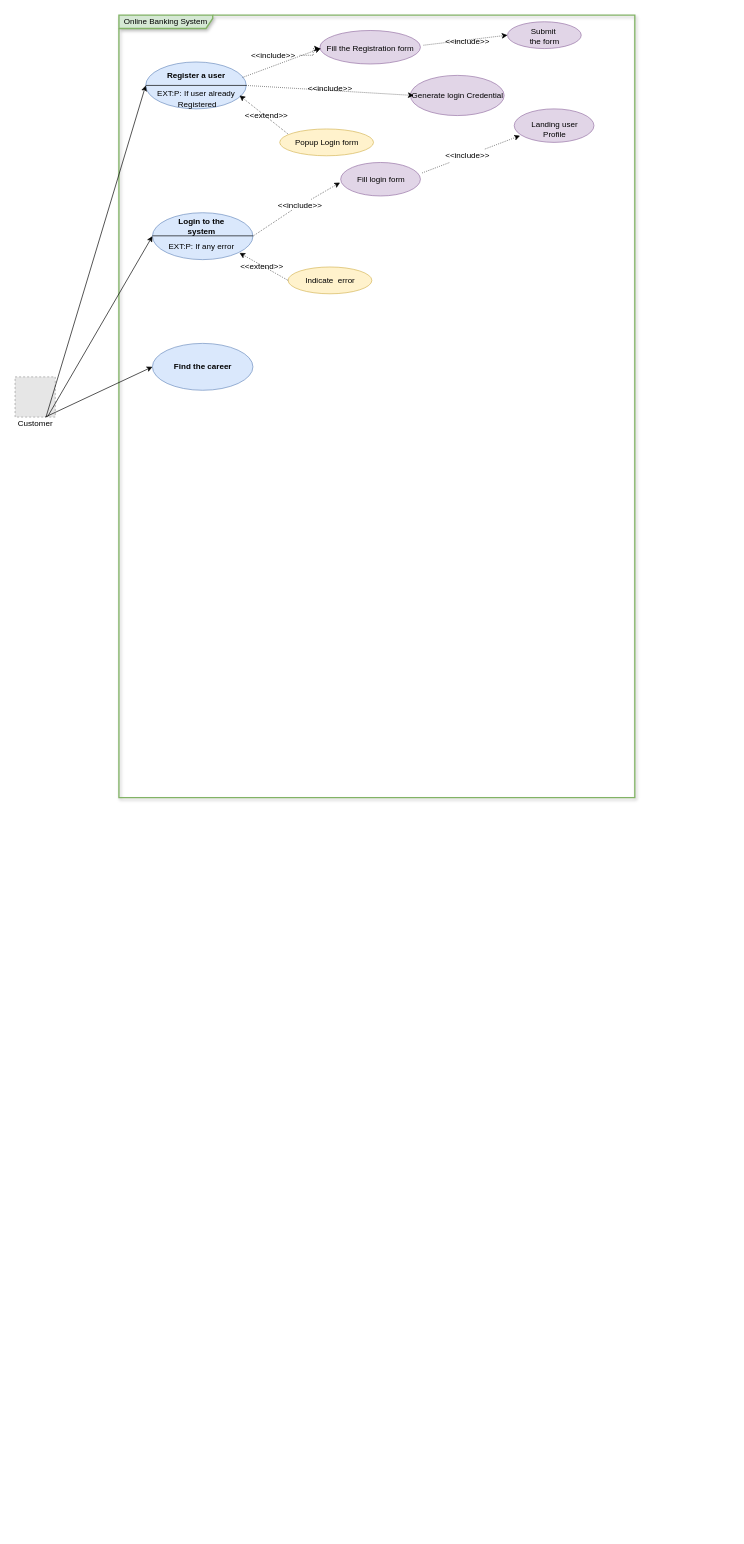
Janith-Sandamal/online-banking keeps this draw.io diagram as Untitled Diagram.drawio. Above is the earlier version. Source tidied: cells renumbered, new cells numbered last; positions are measured from the earlier drawing's top-left corner, leaving out a move shared by most shapes. Both pictures are drawn from the tidied source at 67%, with x=0, y=0 at pixel (11, 15). Pictures stored in the file or linked from it are replaced by grey dashed boxes.
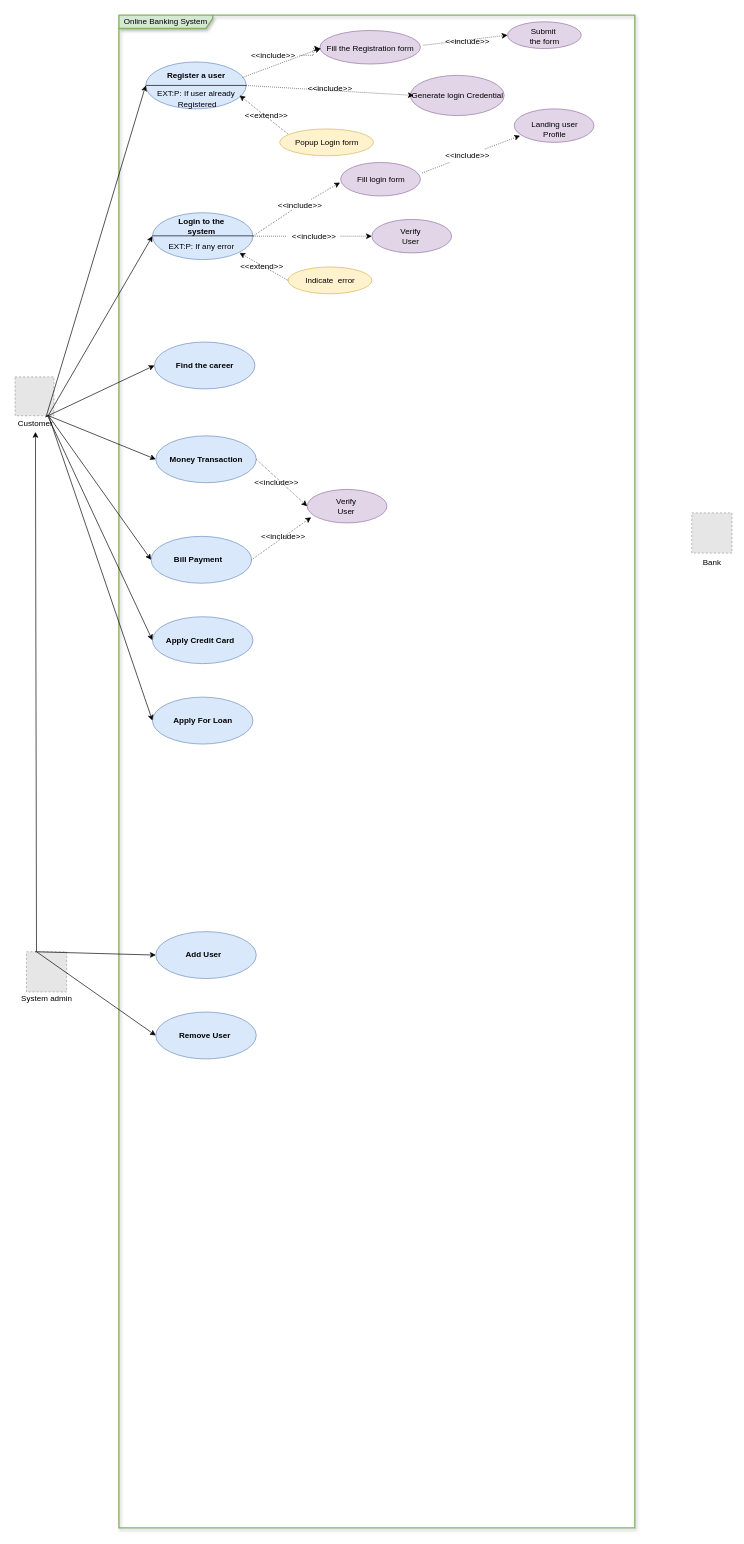
The same page after the edit.

Commit message:
9 main use case

Unchanged cells that the change refers to:
```xml
<mxCell id="4" value="Customer" style="text;html=1;align=center;verticalAlign=middle;points=[];fillColor=none;strokeColor=none;rounded=0;" parent="1" vertex="1">
  <mxGeometry y="600" width="70" height="20" as="geometry" />
</mxCell>
<mxCell id="11" style="ellipse;whiteSpace=wrap;html=1;strokeWidth=1;fillColor=#dae8fc;strokeColor=#6c8ebf;" parent="1" vertex="1">
  <mxGeometry x="210" y="295" width="150" height="70" as="geometry" />
</mxCell>
```

Diff of the diagram source:
```diff
@@
     <mxCell id="2" value="Online Banking System" style="shape=umlFrame;whiteSpace=wrap;html=1;width=140;height=20;fillColor=#d5e8d4;strokeColor=#82b366;strokeWidth=2;shadow=1;" parent="1" vertex="1">
-      <mxGeometry x="160" width="770" height="1168" as="geometry" />
+      <mxGeometry x="160" width="770" height="2258" as="geometry" />
     </mxCell>
     <mxCell id="3" style="fillColor=#E6E6E6;strokeColor=#999999;dashed=1;verticalLabelPosition=bottom;labelBackgroundColor=default;verticalAlign=top;" parent="1" vertex="1">
-      <mxGeometry x="5" y="540" width="60" height="60" as="geometry" />
+      <mxGeometry x="5" y="540" width="58" height="58" as="geometry" />
     </mxCell>
@@
     <mxCell id="46" style="ellipse;whiteSpace=wrap;html=1;strokeWidth=1;fillColor=#dae8fc;strokeColor=#6c8ebf;" parent="1" vertex="1">
-      <mxGeometry x="210" y="490" width="150" height="70" as="geometry" />
+      <mxGeometry x="213" y="488" width="150" height="70" as="geometry" />
     </mxCell>
     <mxCell id="47" value="&lt;b&gt;Find the career&lt;br&gt;&lt;/b&gt;" style="text;html=1;align=center;verticalAlign=middle;fillColor=none;strokeColor=none;rounded=0;strokeWidth=1;" parent="1" vertex="1">
-      <mxGeometry x="235" y="515" width="100" height="20" as="geometry" />
+      <mxGeometry x="238" y="513" width="100" height="20" as="geometry" />
     </mxCell>
@@
+    <mxCell id="49" style="ellipse;whiteSpace=wrap;html=1;strokeWidth=1;fillColor=#e1d5e7;strokeColor=#9673a6;" parent="1" vertex="1">
+      <mxGeometry x="537.5" y="305" width="119" height="50" as="geometry" />
+    </mxCell>
+    <mxCell id="50" value="Verify&lt;br&gt;User" style="text;html=1;align=center;verticalAlign=middle;fillColor=none;strokeColor=none;rounded=0;rotation=0;" parent="1" vertex="1">
+      <mxGeometry x="570" y="315" width="50" height="30" as="geometry" />
+    </mxCell>
+    <mxCell id="51" style="endArrow=classic;html=1;rounded=0;strokeWidth=1;dashed=1;dashPattern=1 2;exitX=1;exitY=0.5;exitDx=0;exitDy=0;entryX=0;entryY=0.5;entryDx=0;entryDy=0;startArrow=none;" parent="1" edge="1" source="52" target="49">
+      <mxGeometry relative="1" as="geometry" />
+    </mxCell>
+    <mxCell id="52" value="&amp;lt;&amp;lt;include&amp;gt;&amp;gt;" style="text;html=1;align=center;verticalAlign=middle;points=[];fillColor=none;strokeColor=none;rounded=0;strokeWidth=1;" parent="1" vertex="1">
+      <mxGeometry x="411" y="320" width="80" height="20" as="geometry" />
+    </mxCell>
+    <mxCell id="53" style="endArrow=none;html=1;rounded=0;strokeWidth=1;dashed=1;dashPattern=1 2;exitX=1;exitY=0.5;exitDx=0;exitDy=0;entryX=0;entryY=0.5;entryDx=0;entryDy=0;" parent="1" edge="1" source="11" target="52">
+      <mxGeometry relative="1" as="geometry" />
+    </mxCell>
+    <mxCell id="54" style="ellipse;whiteSpace=wrap;html=1;strokeWidth=1;fillColor=#dae8fc;strokeColor=#6c8ebf;" parent="1" vertex="1">
+      <mxGeometry x="215" y="628" width="150" height="70" as="geometry" />
+    </mxCell>
+    <mxCell id="55" value="&lt;b&gt;Money Transaction&lt;br&gt;&lt;/b&gt;" style="text;html=1;align=center;verticalAlign=middle;fillColor=none;strokeColor=none;rounded=0;strokeWidth=1;" parent="1" vertex="1">
+      <mxGeometry x="229.5" y="653" width="120" height="20" as="geometry" />
+    </mxCell>
+    <mxCell id="56" style="ellipse;whiteSpace=wrap;html=1;strokeWidth=1;fillColor=#dae8fc;strokeColor=#6c8ebf;" parent="1" vertex="1">
+      <mxGeometry x="208" y="778" width="150" height="70" as="geometry" />
+    </mxCell>
+    <mxCell id="57" value="&lt;b&gt;Bill Payment&lt;br&gt;&lt;/b&gt;" style="text;html=1;align=center;verticalAlign=middle;fillColor=none;strokeColor=none;rounded=0;strokeWidth=1;" parent="1" vertex="1">
+      <mxGeometry x="233" y="803" width="90" height="20" as="geometry" />
+    </mxCell>
+    <mxCell id="58" style="ellipse;whiteSpace=wrap;html=1;strokeWidth=1;fillColor=#dae8fc;strokeColor=#6c8ebf;" parent="1" vertex="1">
+      <mxGeometry x="210" y="898" width="150" height="70" as="geometry" />
+    </mxCell>
+    <mxCell id="59" value="&lt;b&gt;Apply Credit Card&lt;br&gt;&lt;/b&gt;" style="text;html=1;align=center;verticalAlign=middle;fillColor=none;strokeColor=none;rounded=0;strokeWidth=1;" parent="1" vertex="1">
+      <mxGeometry x="221" y="923" width="120" height="20" as="geometry" />
+    </mxCell>
+    <mxCell id="60" style="endArrow=classic;html=1;rounded=0;entryX=0;entryY=0.5;entryDx=0;entryDy=0;" parent="1" edge="1" target="54">
+      <mxGeometry relative="1" as="geometry">
+        <mxPoint x="55" y="598" as="sourcePoint" />
+      </mxGeometry>
+    </mxCell>
+    <mxCell id="61" style="endArrow=classic;html=1;rounded=0;entryX=0;entryY=0.5;entryDx=0;entryDy=0;" parent="1" edge="1" target="56">
+      <mxGeometry relative="1" as="geometry">
+        <mxPoint x="55" y="598" as="sourcePoint" />
+      </mxGeometry>
+    </mxCell>
+    <mxCell id="62" style="endArrow=classic;html=1;rounded=0;entryX=0;entryY=0.5;entryDx=0;entryDy=0;exitX=0.754;exitY=-0.18;exitDx=0;exitDy=0;exitPerimeter=0;" parent="1" edge="1" source="4" target="58">
+      <mxGeometry relative="1" as="geometry" />
+    </mxCell>
+    <mxCell id="63" style="fillColor=#E6E6E6;strokeColor=#999999;dashed=1;verticalLabelPosition=bottom;labelBackgroundColor=default;verticalAlign=top;" parent="1" vertex="1">
+      <mxGeometry x="22" y="1398" width="60" height="60" as="geometry" />
+    </mxCell>
+    <mxCell id="64" style="endArrow=classic;html=1;rounded=0;entryX=0.506;entryY=1.11;entryDx=0;entryDy=0;entryPerimeter=0;exitX=0.25;exitY=0;exitDx=0;exitDy=0;" parent="1" edge="1" source="63" target="4">
+      <mxGeometry relative="1" as="geometry" />
+    </mxCell>
+    <mxCell id="65" value="System admin" style="text;html=1;align=center;verticalAlign=middle;fillColor=none;strokeColor=none;rounded=0;" parent="1" vertex="1">
+      <mxGeometry x="7" y="1458" width="90" height="20" as="geometry" />
+    </mxCell>
+    <mxCell id="66" style="ellipse;whiteSpace=wrap;html=1;strokeWidth=1;fillColor=#dae8fc;strokeColor=#6c8ebf;" parent="1" vertex="1">
+      <mxGeometry x="215" y="1368" width="150" height="70" as="geometry" />
+    </mxCell>
+    <mxCell id="67" value="&lt;b&gt;Add User&lt;br&gt;&lt;/b&gt;" style="text;html=1;align=center;verticalAlign=middle;fillColor=none;strokeColor=none;rounded=0;strokeWidth=1;" parent="1" vertex="1">
+      <mxGeometry x="251" y="1393" width="70" height="20" as="geometry" />
+    </mxCell>
+    <mxCell id="68" style="ellipse;whiteSpace=wrap;html=1;strokeWidth=1;fillColor=#dae8fc;strokeColor=#6c8ebf;" parent="1" vertex="1">
+      <mxGeometry x="215" y="1488" width="150" height="70" as="geometry" />
+    </mxCell>
+    <mxCell id="69" value="&lt;b&gt;Remove User&lt;br&gt;&lt;/b&gt;" style="text;html=1;align=center;verticalAlign=middle;fillColor=none;strokeColor=none;rounded=0;strokeWidth=1;" parent="1" vertex="1">
+      <mxGeometry x="243" y="1513" width="90" height="20" as="geometry" />
+    </mxCell>
+    <mxCell id="70" style="endArrow=classic;html=1;rounded=0;entryX=0;entryY=0.5;entryDx=0;entryDy=0;" parent="1" edge="1" target="66">
+      <mxGeometry relative="1" as="geometry">
+        <mxPoint x="35" y="1398" as="sourcePoint" />
+      </mxGeometry>
+    </mxCell>
+    <mxCell id="71" style="endArrow=classic;html=1;rounded=0;entryX=0;entryY=0.5;entryDx=0;entryDy=0;exitX=0.25;exitY=0;exitDx=0;exitDy=0;" parent="1" edge="1" source="63" target="68">
+      <mxGeometry relative="1" as="geometry" />
+    </mxCell>
+    <mxCell id="72" style="fillColor=#E6E6E6;strokeColor=#999999;dashed=1;verticalLabelPosition=bottom;labelBackgroundColor=default;verticalAlign=top;" parent="1" vertex="1">
+      <mxGeometry x="1015" y="743" width="60" height="60" as="geometry" />
+    </mxCell>
+    <mxCell id="73" style="ellipse;whiteSpace=wrap;html=1;strokeWidth=1;fillColor=#e1d5e7;strokeColor=#9673a6;" parent="1" vertex="1">
+      <mxGeometry x="441" y="708" width="119" height="50" as="geometry" />
+    </mxCell>
+    <mxCell id="74" value="Verify&lt;br&gt;User" style="text;html=1;align=center;verticalAlign=middle;fillColor=none;strokeColor=none;rounded=0;rotation=0;" parent="1" vertex="1">
+      <mxGeometry x="473.5" y="718" width="50" height="30" as="geometry" />
+    </mxCell>
+    <mxCell id="75" style="endArrow=classic;html=1;rounded=0;entryX=0;entryY=0.5;entryDx=0;entryDy=0;exitX=1;exitY=0.5;exitDx=0;exitDy=0;dashed=1;dashPattern=1 2;" parent="1" edge="1" source="54" target="73">
+      <mxGeometry relative="1" as="geometry" />
+    </mxCell>
+    <mxCell id="76" value="&amp;lt;&amp;lt;include&amp;gt;&amp;gt;" style="text;html=1;align=center;verticalAlign=middle;fillColor=none;strokeColor=none;rounded=0;strokeWidth=1;" parent="1" vertex="1">
+      <mxGeometry x="355" y="688" width="80" height="20" as="geometry" />
+    </mxCell>
+    <mxCell id="77" style="endArrow=classic;html=1;rounded=0;entryX=0.049;entryY=0.833;entryDx=0;entryDy=0;exitX=1;exitY=0.5;exitDx=0;exitDy=0;dashed=1;dashPattern=1 2;entryPerimeter=0;" parent="1" edge="1" source="56" target="73">
+      <mxGeometry relative="1" as="geometry" />
+    </mxCell>
+    <mxCell id="78" value="&amp;lt;&amp;lt;include&amp;gt;&amp;gt;" style="text;html=1;align=center;verticalAlign=middle;fillColor=none;strokeColor=none;rounded=0;strokeWidth=1;" parent="1" vertex="1">
+      <mxGeometry x="365" y="768" width="80" height="20" as="geometry" />
+    </mxCell>
+    <mxCell id="79" style="ellipse;whiteSpace=wrap;html=1;strokeWidth=1;fillColor=#dae8fc;strokeColor=#6c8ebf;" parent="1" vertex="1">
+      <mxGeometry x="210" y="1018" width="150" height="70" as="geometry" />
+    </mxCell>
+    <mxCell id="80" value="&lt;b&gt;Apply For Loan&lt;br&gt;&lt;/b&gt;" style="text;html=1;align=center;verticalAlign=middle;fillColor=none;strokeColor=none;rounded=0;strokeWidth=1;" parent="1" vertex="1">
+      <mxGeometry x="235" y="1043" width="100" height="20" as="geometry" />
+    </mxCell>
+    <mxCell id="81" style="endArrow=classic;html=1;rounded=0;entryX=0;entryY=0.5;entryDx=0;entryDy=0;" parent="1" edge="1" target="79">
+      <mxGeometry relative="1" as="geometry">
+        <mxPoint x="55" y="598" as="sourcePoint" />
+      </mxGeometry>
+    </mxCell>
+    <mxCell id="82" value="Bank" style="text;html=1;align=center;verticalAlign=middle;fillColor=none;strokeColor=none;rounded=0;" parent="1" vertex="1">
+      <mxGeometry x="1025" y="808" width="40" height="20" as="geometry" />
+    </mxCell>
```
